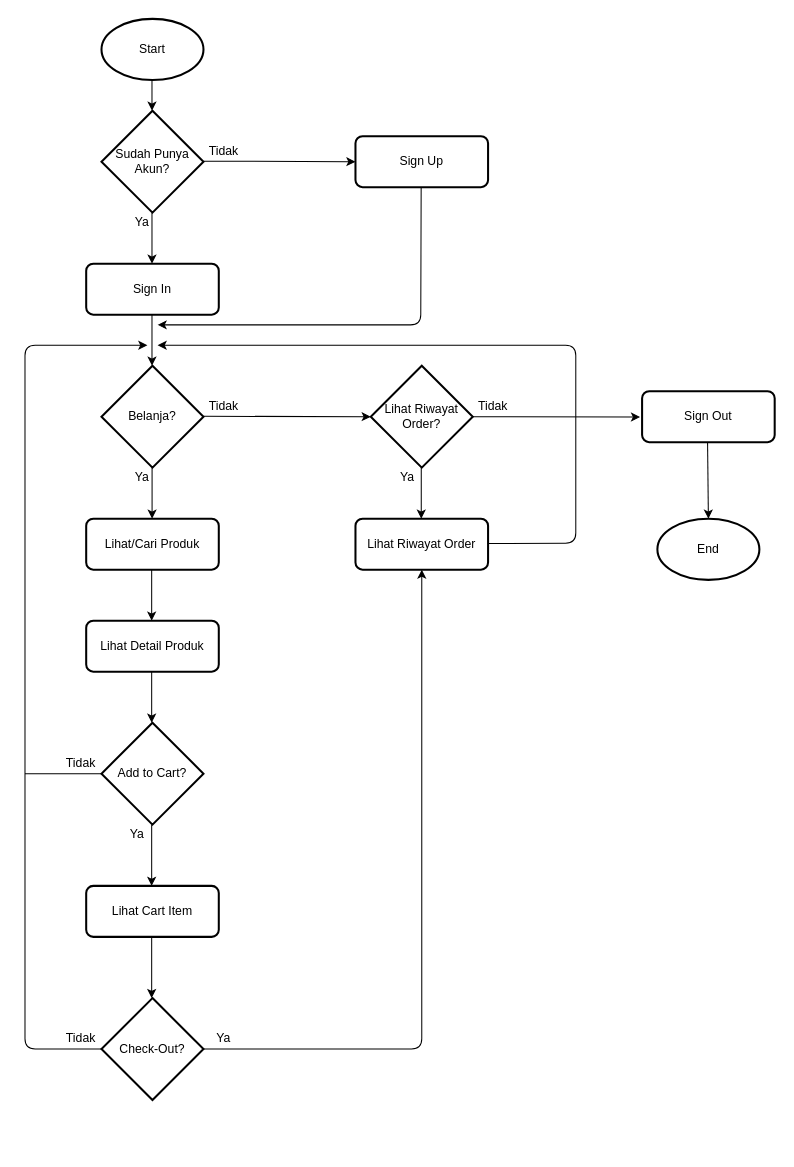
The draw.io diagram page "Flow Client-Side" (2 of 6) of flow_program.drawio in ambigo7/flutter_Ecommerce, before the edit. Source tidied: cells renumbered, new cells numbered last; positions are measured from the earlier drawing's top-left corner, leaving out a move shared by most shapes. Both pictures are drawn from the tidied source at 102%, with x=0, y=0 at pixel (24, 18).
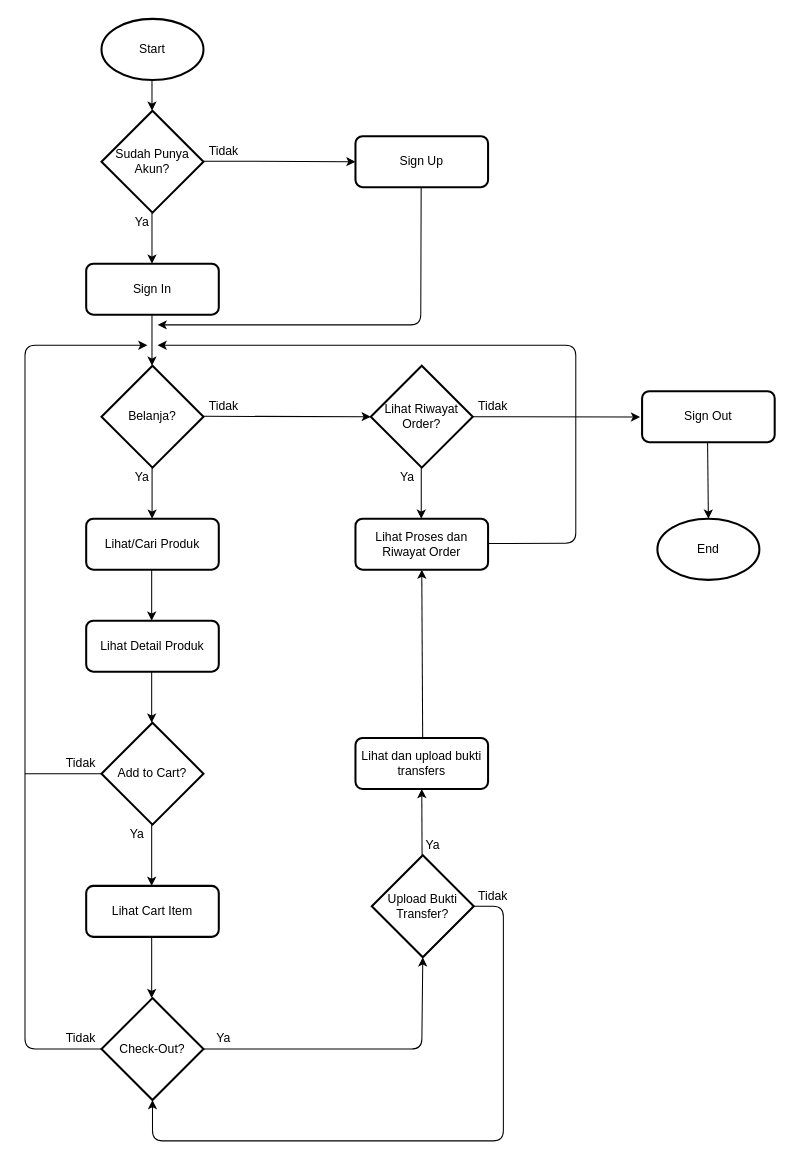
Above is the later version.

Unchanged cells that the change refers to:
```xml
<mxCell id="36" value="Check-Out?" style="strokeWidth=2;html=1;shape=mxgraph.flowchart.decision;whiteSpace=wrap;" parent="1" vertex="1">
  <mxGeometry x="75" y="960" width="100" height="100" as="geometry" />
</mxCell>
```

The edit, as a diff of the source:
```diff
@@
-    <mxCell id="9" value="Lihat Riwayat Order" style="rounded=1;whiteSpace=wrap;html=1;absoluteArcSize=1;arcSize=14;strokeWidth=2;" parent="1" vertex="1">
+    <mxCell id="9" value="Lihat Proses dan Riwayat Order" style="rounded=1;whiteSpace=wrap;html=1;absoluteArcSize=1;arcSize=14;strokeWidth=2;" parent="1" vertex="1">
       <mxGeometry x="324" y="490" width="130" height="50" as="geometry" />
     </mxCell>
@@
-    <mxCell id="40" style="endArrow=classic;html=1;entryX=0.5;entryY=1;entryDx=0;entryDy=0;" parent="1" edge="1" target="9">
+    <mxCell id="40" style="endArrow=classic;html=1;entryX=0.5;entryY=1;entryDx=0;entryDy=0;entryPerimeter=0;" parent="1" edge="1" target="44">
       <mxGeometry relative="1" as="geometry">
         <mxPoint x="175" y="1010" as="sourcePoint" />
         <Array as="points">
           <mxPoint x="389" y="1010" />
         </Array>
       </mxGeometry>
     </mxCell>
@@
+    <mxCell id="44" value="Upload Bukti Transfer?" style="strokeWidth=2;html=1;shape=mxgraph.flowchart.decision;whiteSpace=wrap;" parent="1" vertex="1">
+      <mxGeometry x="340" y="820" width="100" height="100" as="geometry" />
+    </mxCell>
+    <mxCell id="45" value="Lihat dan upload bukti transfers" style="rounded=1;whiteSpace=wrap;html=1;absoluteArcSize=1;arcSize=14;strokeWidth=2;" parent="1" vertex="1">
+      <mxGeometry x="324" y="705" width="130" height="50" as="geometry" />
+    </mxCell>
+    <mxCell id="46" style="endArrow=classic;html=1;entryX=0.5;entryY=1;entryDx=0;entryDy=0;" parent="1" edge="1" target="45">
+      <mxGeometry relative="1" as="geometry">
+        <mxPoint x="389.3" y="820" as="sourcePoint" />
+      </mxGeometry>
+    </mxCell>
+    <mxCell id="47" style="endArrow=classic;html=1;entryX=0.5;entryY=1;entryDx=0;entryDy=0;entryPerimeter=0;" parent="1" edge="1" target="36">
+      <mxGeometry relative="1" as="geometry">
+        <mxPoint x="438" y="870" as="sourcePoint" />
+        <Array as="points">
+          <mxPoint x="469" y="870" />
+          <mxPoint x="469" y="1100" />
+          <mxPoint x="125" y="1100" />
+        </Array>
+      </mxGeometry>
+    </mxCell>
+    <mxCell id="48" value="Ya" style="text;html=1;strokeColor=none;fillColor=none;align=center;verticalAlign=middle;whiteSpace=wrap;rounded=0;" parent="1" vertex="1">
+      <mxGeometry x="380" y="800" width="40" height="20" as="geometry" />
+    </mxCell>
+    <mxCell id="49" value="Tidak" style="text;html=1;strokeColor=none;fillColor=none;align=center;verticalAlign=middle;whiteSpace=wrap;rounded=0;" parent="1" vertex="1">
+      <mxGeometry x="439" y="850" width="40" height="20" as="geometry" />
+    </mxCell>
+    <mxCell id="50" style="endArrow=classic;html=1;entryX=0.5;entryY=1;entryDx=0;entryDy=0;" parent="1" edge="1" target="9">
+      <mxGeometry relative="1" as="geometry">
+        <mxPoint x="389.9" y="705" as="sourcePoint" />
+      </mxGeometry>
+    </mxCell>
```
